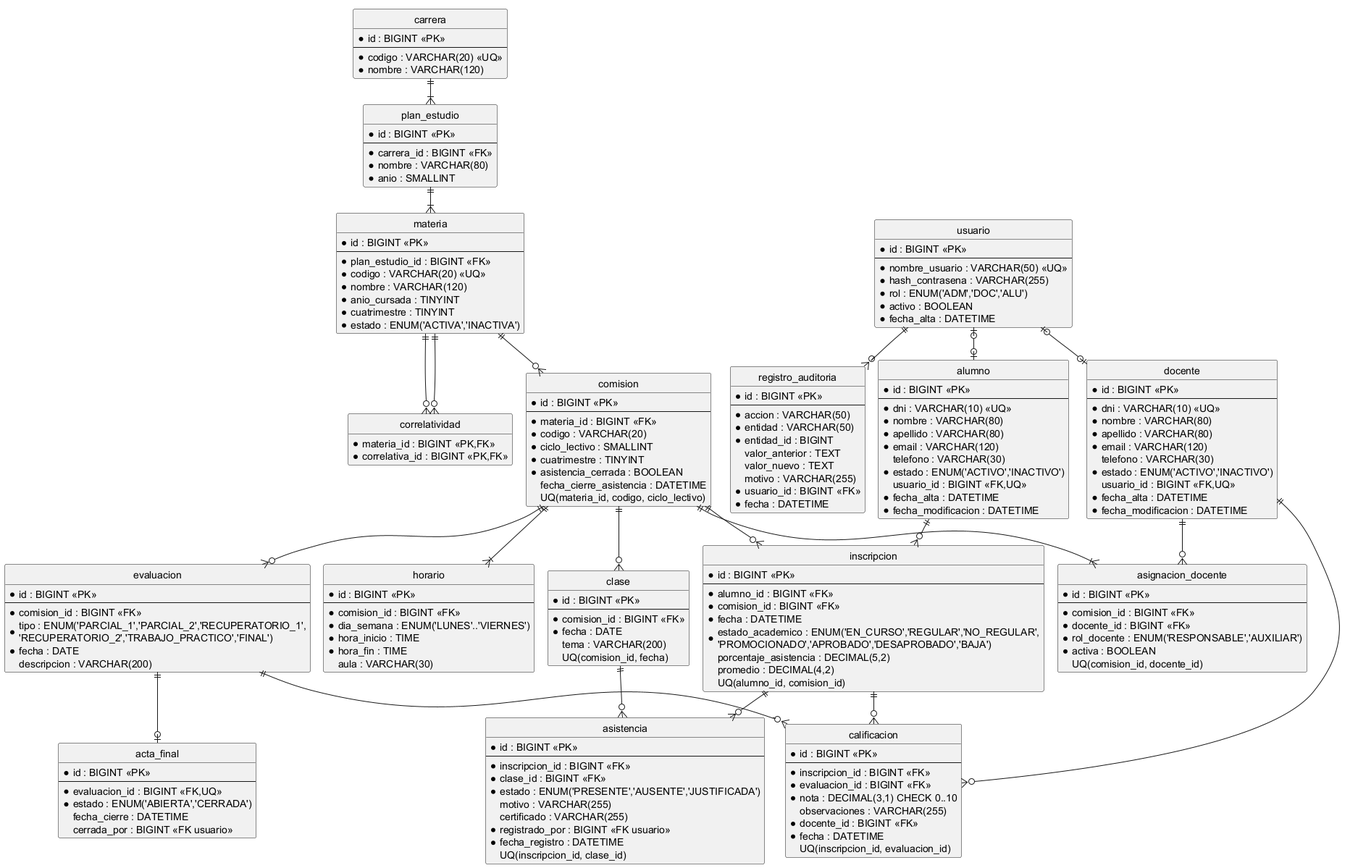
The PlantUML diagram document/diagramas/modelo-de-datos.png in ISMAELALTHENOFER/BACKOFFICE-ACADEMICO-ITEC-N-1, before a commit. Its diagram source:
```plantuml
@startuml modelo-de-datos
!pragma layout smetana
skinparam shadowing false
skinparam linetype ortho
hide circle
hide methods

entity usuario {
  * id : BIGINT <<PK>>
  --
  * nombre_usuario : VARCHAR(50) <<UQ>>
  * hash_contrasena : VARCHAR(255)
  * rol : ENUM('ADM','DOC','ALU')
  * activo : BOOLEAN
  * fecha_alta : DATETIME
}

entity alumno {
  * id : BIGINT <<PK>>
  --
  * dni : VARCHAR(10) <<UQ>>
  * nombre : VARCHAR(80)
  * apellido : VARCHAR(80)
  * email : VARCHAR(120)
  telefono : VARCHAR(30)
  * estado : ENUM('ACTIVO','INACTIVO')
  usuario_id : BIGINT <<FK,UQ>>
  * fecha_alta : DATETIME
  * fecha_modificacion : DATETIME
}

entity docente {
  * id : BIGINT <<PK>>
  --
  * dni : VARCHAR(10) <<UQ>>
  * nombre : VARCHAR(80)
  * apellido : VARCHAR(80)
  * email : VARCHAR(120)
  telefono : VARCHAR(30)
  * estado : ENUM('ACTIVO','INACTIVO')
  usuario_id : BIGINT <<FK,UQ>>
  * fecha_alta : DATETIME
  * fecha_modificacion : DATETIME
}

entity carrera {
  * id : BIGINT <<PK>>
  --
  * codigo : VARCHAR(20) <<UQ>>
  * nombre : VARCHAR(120)
}

entity plan_estudio {
  * id : BIGINT <<PK>>
  --
  * carrera_id : BIGINT <<FK>>
  * nombre : VARCHAR(80)
  * anio : SMALLINT
}

entity materia {
  * id : BIGINT <<PK>>
  --
  * plan_estudio_id : BIGINT <<FK>>
  * codigo : VARCHAR(20) <<UQ>>
  * nombre : VARCHAR(120)
  * anio_cursada : TINYINT
  * cuatrimestre : TINYINT
  * estado : ENUM('ACTIVA','INACTIVA')
}

entity correlatividad {
  * materia_id : BIGINT <<PK,FK>>
  * correlativa_id : BIGINT <<PK,FK>>
}

entity comision {
  * id : BIGINT <<PK>>
  --
  * materia_id : BIGINT <<FK>>
  * codigo : VARCHAR(20)
  * ciclo_lectivo : SMALLINT
  * cuatrimestre : TINYINT
  * asistencia_cerrada : BOOLEAN
  fecha_cierre_asistencia : DATETIME
  UQ(materia_id, codigo, ciclo_lectivo)
}

entity horario {
  * id : BIGINT <<PK>>
  --
  * comision_id : BIGINT <<FK>>
  * dia_semana : ENUM('LUNES'..'VIERNES')
  * hora_inicio : TIME
  * hora_fin : TIME
  aula : VARCHAR(30)
}

entity clase {
  * id : BIGINT <<PK>>
  --
  * comision_id : BIGINT <<FK>>
  * fecha : DATE
  tema : VARCHAR(200)
  UQ(comision_id, fecha)
}

entity asignacion_docente {
  * id : BIGINT <<PK>>
  --
  * comision_id : BIGINT <<FK>>
  * docente_id : BIGINT <<FK>>
  * rol_docente : ENUM('RESPONSABLE','AUXILIAR')
  * activa : BOOLEAN
  UQ(comision_id, docente_id)
}

entity inscripcion {
  * id : BIGINT <<PK>>
  --
  * alumno_id : BIGINT <<FK>>
  * comision_id : BIGINT <<FK>>
  * fecha : DATETIME
  * estado_academico : ENUM('EN_CURSO','REGULAR','NO_REGULAR',\n'PROMOCIONADO','APROBADO','DESAPROBADO','BAJA')
  porcentaje_asistencia : DECIMAL(5,2)
  promedio : DECIMAL(4,2)
  UQ(alumno_id, comision_id)
}

entity asistencia {
  * id : BIGINT <<PK>>
  --
  * inscripcion_id : BIGINT <<FK>>
  * clase_id : BIGINT <<FK>>
  * estado : ENUM('PRESENTE','AUSENTE','JUSTIFICADA')
  motivo : VARCHAR(255)
  certificado : VARCHAR(255)
  * registrado_por : BIGINT <<FK usuario>>
  * fecha_registro : DATETIME
  UQ(inscripcion_id, clase_id)
}

entity evaluacion {
  * id : BIGINT <<PK>>
  --
  * comision_id : BIGINT <<FK>>
  * tipo : ENUM('PARCIAL_1','PARCIAL_2','RECUPERATORIO_1',\n'RECUPERATORIO_2','TRABAJO_PRACTICO','FINAL')
  * fecha : DATE
  descripcion : VARCHAR(200)
}

entity calificacion {
  * id : BIGINT <<PK>>
  --
  * inscripcion_id : BIGINT <<FK>>
  * evaluacion_id : BIGINT <<FK>>
  * nota : DECIMAL(3,1) CHECK 0..10
  observaciones : VARCHAR(255)
  * docente_id : BIGINT <<FK>>
  * fecha : DATETIME
  UQ(inscripcion_id, evaluacion_id)
}

entity acta_final {
  * id : BIGINT <<PK>>
  --
  * evaluacion_id : BIGINT <<FK,UQ>>
  * estado : ENUM('ABIERTA','CERRADA')
  fecha_cierre : DATETIME
  cerrada_por : BIGINT <<FK usuario>>
}

entity registro_auditoria {
  * id : BIGINT <<PK>>
  --
  * accion : VARCHAR(50)
  * entidad : VARCHAR(50)
  * entidad_id : BIGINT
  valor_anterior : TEXT
  valor_nuevo : TEXT
  motivo : VARCHAR(255)
  * usuario_id : BIGINT <<FK>>
  * fecha : DATETIME
}

usuario |o--o| alumno
usuario |o--o| docente
carrera ||--|{ plan_estudio
plan_estudio ||--|{ materia
materia ||--o{ correlatividad
materia ||--o{ correlatividad
materia ||--o{ comision
comision ||--|{ horario
comision ||--o{ clase
comision ||--|{ asignacion_docente
docente ||--o{ asignacion_docente
alumno ||--o{ inscripcion
comision ||--o{ inscripcion
inscripcion ||--o{ asistencia
clase ||--o{ asistencia
comision ||--o{ evaluacion
evaluacion ||--o{ calificacion
inscripcion ||--o{ calificacion
docente ||--o{ calificacion
evaluacion ||--o| acta_final
usuario ||--o{ registro_auditoria
@enduml
```
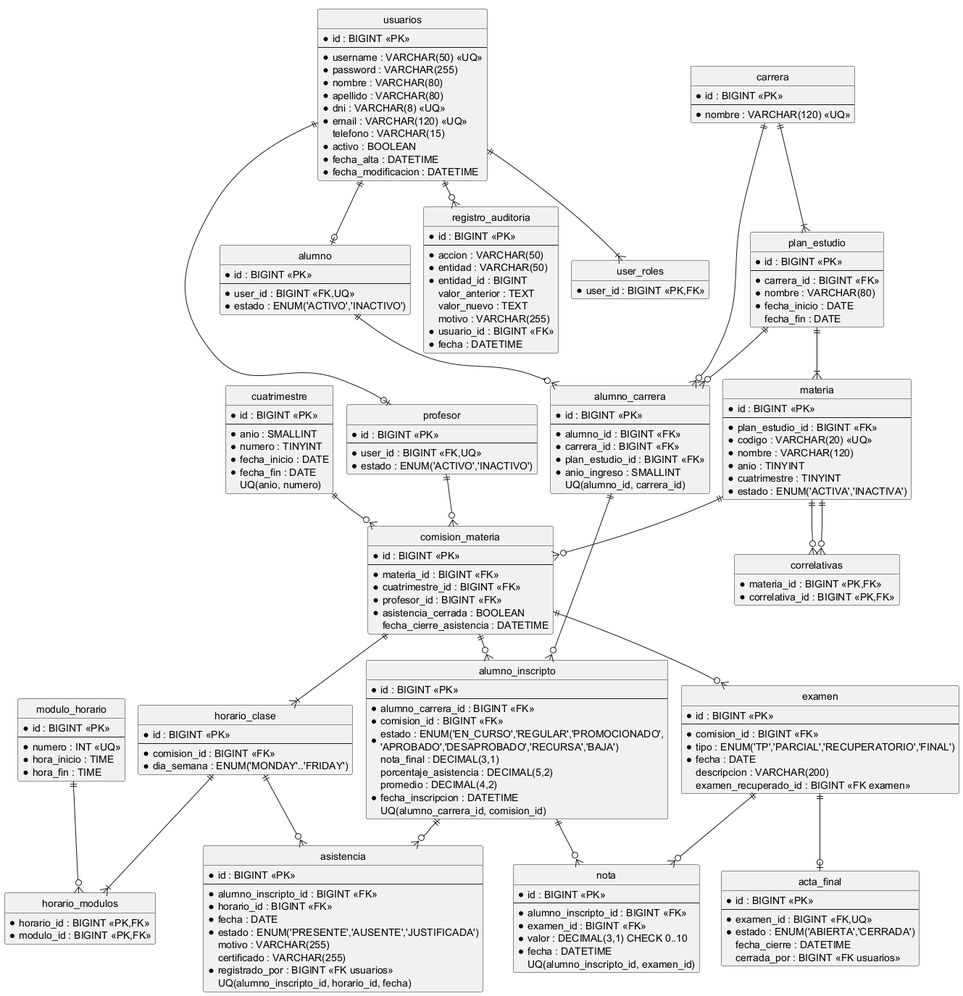
After the change.

Diff of the diagram source:
```diff
@@ -5,49 +5,44 @@
 hide circle
 hide methods
 
-entity usuario {
+entity usuarios {
   * id : BIGINT <<PK>>
   --
-  * nombre_usuario : VARCHAR(50) <<UQ>>
-  * hash_contrasena : VARCHAR(255)
-  * rol : ENUM('ADM','DOC','ALU')
+  * username : VARCHAR(50) <<UQ>>
+  * password : VARCHAR(255)
+  * nombre : VARCHAR(80)
+  * apellido : VARCHAR(80)
+  * dni : VARCHAR(8) <<UQ>>
+  * email : VARCHAR(120) <<UQ>>
+  telefono : VARCHAR(15)
   * activo : BOOLEAN
   * fecha_alta : DATETIME
+  * fecha_modificacion : DATETIME
+}
+
+entity user_roles {
+  * user_id : BIGINT <<PK,FK>>
+  * role : ENUM('ADMIN','ADMINISTRATIVO','PROFESOR','ALUMNO') <<PK>>
 }
 
 entity alumno {
   * id : BIGINT <<PK>>
   --
-  * dni : VARCHAR(10) <<UQ>>
-  * nombre : VARCHAR(80)
-  * apellido : VARCHAR(80)
-  * email : VARCHAR(120)
-  telefono : VARCHAR(30)
+  * user_id : BIGINT <<FK,UQ>>
   * estado : ENUM('ACTIVO','INACTIVO')
-  usuario_id : BIGINT <<FK,UQ>>
-  * fecha_alta : DATETIME
-  * fecha_modificacion : DATETIME
 }
 
-entity docente {
+entity profesor {
   * id : BIGINT <<PK>>
   --
-  * dni : VARCHAR(10) <<UQ>>
-  * nombre : VARCHAR(80)
-  * apellido : VARCHAR(80)
-  * email : VARCHAR(120)
-  telefono : VARCHAR(30)
+  * user_id : BIGINT <<FK,UQ>>
   * estado : ENUM('ACTIVO','INACTIVO')
-  usuario_id : BIGINT <<FK,UQ>>
-  * fecha_alta : DATETIME
-  * fecha_modificacion : DATETIME
 }
 
 entity carrera {
   * id : BIGINT <<PK>>
   --
-  * codigo : VARCHAR(20) <<UQ>>
-  * nombre : VARCHAR(120)
+  * nombre : VARCHAR(120) <<UQ>>
 }
 
 entity plan_estudio {
@@ -55,7 +50,18 @@
   --
   * carrera_id : BIGINT <<FK>>
   * nombre : VARCHAR(80)
-  * anio : SMALLINT
+  * fecha_inicio : DATE
+  fecha_fin : DATE
+}
+
+entity alumno_carrera {
+  * id : BIGINT <<PK>>
+  --
+  * alumno_id : BIGINT <<FK>>
+  * carrera_id : BIGINT <<FK>>
+  * plan_estudio_id : BIGINT <<FK>>
+  * anio_ingreso : SMALLINT
+  UQ(alumno_id, carrera_id)
 }
 
 entity materia {
@@ -64,110 +70,109 @@
   * plan_estudio_id : BIGINT <<FK>>
   * codigo : VARCHAR(20) <<UQ>>
   * nombre : VARCHAR(120)
-  * anio_cursada : TINYINT
+  * anio : TINYINT
   * cuatrimestre : TINYINT
   * estado : ENUM('ACTIVA','INACTIVA')
 }
 
-entity correlatividad {
+entity correlativas {
   * materia_id : BIGINT <<PK,FK>>
   * correlativa_id : BIGINT <<PK,FK>>
 }
 
-entity comision {
+entity cuatrimestre {
+  * id : BIGINT <<PK>>
+  --
+  * anio : SMALLINT
+  * numero : TINYINT
+  * fecha_inicio : DATE
+  * fecha_fin : DATE
+  UQ(anio, numero)
+}
+
+entity comision_materia {
   * id : BIGINT <<PK>>
   --
   * materia_id : BIGINT <<FK>>
-  * codigo : VARCHAR(20)
-  * ciclo_lectivo : SMALLINT
-  * cuatrimestre : TINYINT
+  * cuatrimestre_id : BIGINT <<FK>>
+  * profesor_id : BIGINT <<FK>>
   * asistencia_cerrada : BOOLEAN
   fecha_cierre_asistencia : DATETIME
-  UQ(materia_id, codigo, ciclo_lectivo)
 }
 
-entity horario {
+entity horario_clase {
   * id : BIGINT <<PK>>
   --
   * comision_id : BIGINT <<FK>>
-  * dia_semana : ENUM('LUNES'..'VIERNES')
+  * dia_semana : ENUM('MONDAY'..'FRIDAY')
+}
+
+entity modulo_horario {
+  * id : BIGINT <<PK>>
+  --
+  * numero : INT <<UQ>>
   * hora_inicio : TIME
   * hora_fin : TIME
-  aula : VARCHAR(30)
 }
 
-entity clase {
+entity horario_modulos {
+  * horario_id : BIGINT <<PK,FK>>
+  * modulo_id : BIGINT <<PK,FK>>
+}
+
+entity alumno_inscripto {
   * id : BIGINT <<PK>>
   --
+  * alumno_carrera_id : BIGINT <<FK>>
   * comision_id : BIGINT <<FK>>
-  * fecha : DATE
-  tema : VARCHAR(200)
-  UQ(comision_id, fecha)
-}
-
-entity asignacion_docente {
-  * id : BIGINT <<PK>>
-  --
-  * comision_id : BIGINT <<FK>>
-  * docente_id : BIGINT <<FK>>
-  * rol_docente : ENUM('RESPONSABLE','AUXILIAR')
-  * activa : BOOLEAN
-  UQ(comision_id, docente_id)
-}
-
-entity inscripcion {
-  * id : BIGINT <<PK>>
-  --
-  * alumno_id : BIGINT <<FK>>
-  * comision_id : BIGINT <<FK>>
-  * fecha : DATETIME
-  * estado_academico : ENUM('EN_CURSO','REGULAR','NO_REGULAR',\n'PROMOCIONADO','APROBADO','DESAPROBADO','BAJA')
+  * estado : ENUM('EN_CURSO','REGULAR','PROMOCIONADO',\n'APROBADO','DESAPROBADO','RECURSA','BAJA')
+  nota_final : DECIMAL(3,1)
   porcentaje_asistencia : DECIMAL(5,2)
   promedio : DECIMAL(4,2)
-  UQ(alumno_id, comision_id)
+  * fecha_inscripcion : DATETIME
+  UQ(alumno_carrera_id, comision_id)
 }
 
 entity asistencia {
   * id : BIGINT <<PK>>
   --
-  * inscripcion_id : BIGINT <<FK>>
-  * clase_id : BIGINT <<FK>>
+  * alumno_inscripto_id : BIGINT <<FK>>
+  * horario_id : BIGINT <<FK>>
+  * fecha : DATE
   * estado : ENUM('PRESENTE','AUSENTE','JUSTIFICADA')
   motivo : VARCHAR(255)
   certificado : VARCHAR(255)
-  * registrado_por : BIGINT <<FK usuario>>
-  * fecha_registro : DATETIME
-  UQ(inscripcion_id, clase_id)
+  * registrado_por : BIGINT <<FK usuarios>>
+  UQ(alumno_inscripto_id, horario_id, fecha)
 }
 
-entity evaluacion {
+entity examen {
   * id : BIGINT <<PK>>
   --
   * comision_id : BIGINT <<FK>>
-  * tipo : ENUM('PARCIAL_1','PARCIAL_2','RECUPERATORIO_1',\n'RECUPERATORIO_2','TRABAJO_PRACTICO','FINAL')
+  * tipo : ENUM('TP','PARCIAL','RECUPERATORIO','FINAL')
   * fecha : DATE
   descripcion : VARCHAR(200)
+  examen_recuperado_id : BIGINT <<FK examen>>
 }
 
-entity calificacion {
+entity nota {
   * id : BIGINT <<PK>>
   --
-  * inscripcion_id : BIGINT <<FK>>
-  * evaluacion_id : BIGINT <<FK>>
-  * nota : DECIMAL(3,1) CHECK 0..10
-  observaciones : VARCHAR(255)
-  * docente_id : BIGINT <<FK>>
+  * alumno_inscripto_id : BIGINT <<FK>>
+  * examen_id : BIGINT <<FK>>
+  * valor : DECIMAL(3,1) CHECK 0..10
   * fecha : DATETIME
-  UQ(inscripcion_id, evaluacion_id)
+  UQ(alumno_inscripto_id, examen_id)
 }
 
 entity acta_final {
   * id : BIGINT <<PK>>
   --
-  * evaluacion_id : BIGINT <<FK,UQ>>
+  * examen_id : BIGINT <<FK,UQ>>
   * estado : ENUM('ABIERTA','CERRADA')
   fecha_cierre : DATETIME
-  cerrada_por : BIGINT <<FK usuario>>
+  cerrada_por : BIGINT <<FK usuarios>>
 }
 
 entity registro_auditoria {
@@ -183,25 +188,29 @@
   * fecha : DATETIME
 }
 
-usuario |o--o| alumno
-usuario |o--o| docente
+usuarios ||--|{ user_roles
+usuarios ||--o| alumno
+usuarios ||--o| profesor
 carrera ||--|{ plan_estudio
 plan_estudio ||--|{ materia
-materia ||--o{ correlatividad
-materia ||--o{ correlatividad
-materia ||--o{ comision
-comision ||--|{ horario
-comision ||--o{ clase
-comision ||--|{ asignacion_docente
-docente ||--o{ asignacion_docente
-alumno ||--o{ inscripcion
-comision ||--o{ inscripcion
-inscripcion ||--o{ asistencia
-clase ||--o{ asistencia
-comision ||--o{ evaluacion
-evaluacion ||--o{ calificacion
-inscripcion ||--o{ calificacion
-docente ||--o{ calificacion
-evaluacion ||--o| acta_final
-usuario ||--o{ registro_auditoria
+materia ||--o{ correlativas
+materia ||--o{ correlativas
+alumno ||--o{ alumno_carrera
+carrera ||--o{ alumno_carrera
+plan_estudio ||--o{ alumno_carrera
+materia ||--o{ comision_materia
+cuatrimestre ||--o{ comision_materia
+profesor ||--o{ comision_materia
+comision_materia ||--|{ horario_clase
+horario_clase ||--|{ horario_modulos
+modulo_horario ||--o{ horario_modulos
+alumno_carrera ||--o{ alumno_inscripto
+comision_materia ||--o{ alumno_inscripto
+alumno_inscripto ||--o{ asistencia
+horario_clase ||--o{ asistencia
+comision_materia ||--o{ examen
+examen ||--o{ nota
+alumno_inscripto ||--o{ nota
+examen ||--o| acta_final
+usuarios ||--o{ registro_auditoria
 @enduml
```
